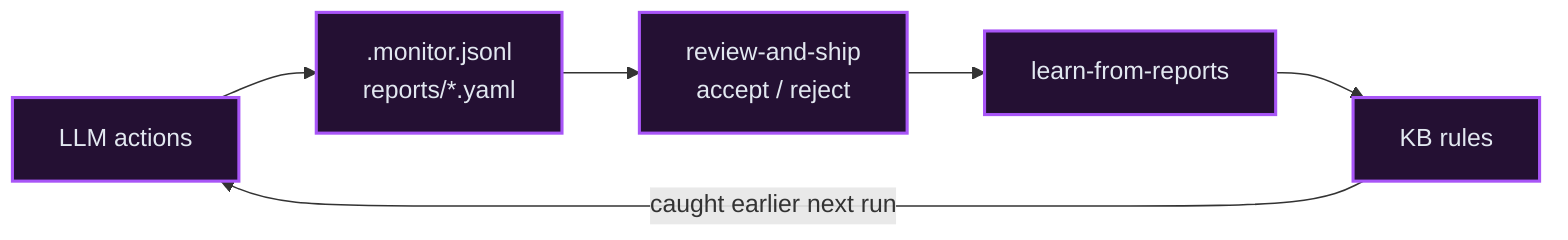
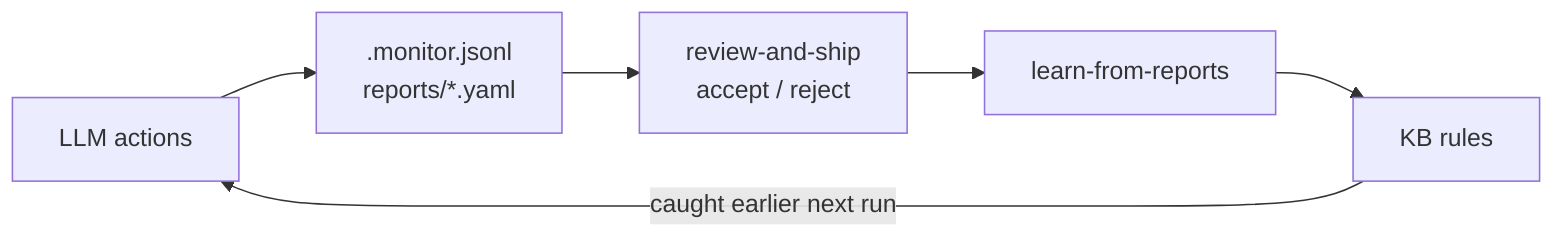
graph LR
  acts["LLM actions"] --> log[".monitor.jsonl<br/>reports/*.yaml"]
  log --> review["review-and-ship<br/>accept / reject"]
  review --> learn["learn-from-reports"]
  learn --> kb["KB rules"]
  kb -->|caught earlier next run| acts

-   classDef loopNode fill:#241033,stroke:#a855f7,stroke-width:2px,color:#e2e8f0;
-   class acts,log,review,learn,kb loopNode;
+   %% Roles only. Colours are resolved per theme by
+   %% scripts/prerender-mermaid.ts (the diagram presentation seam).
+   class acts,log,review,learn,kb loop
